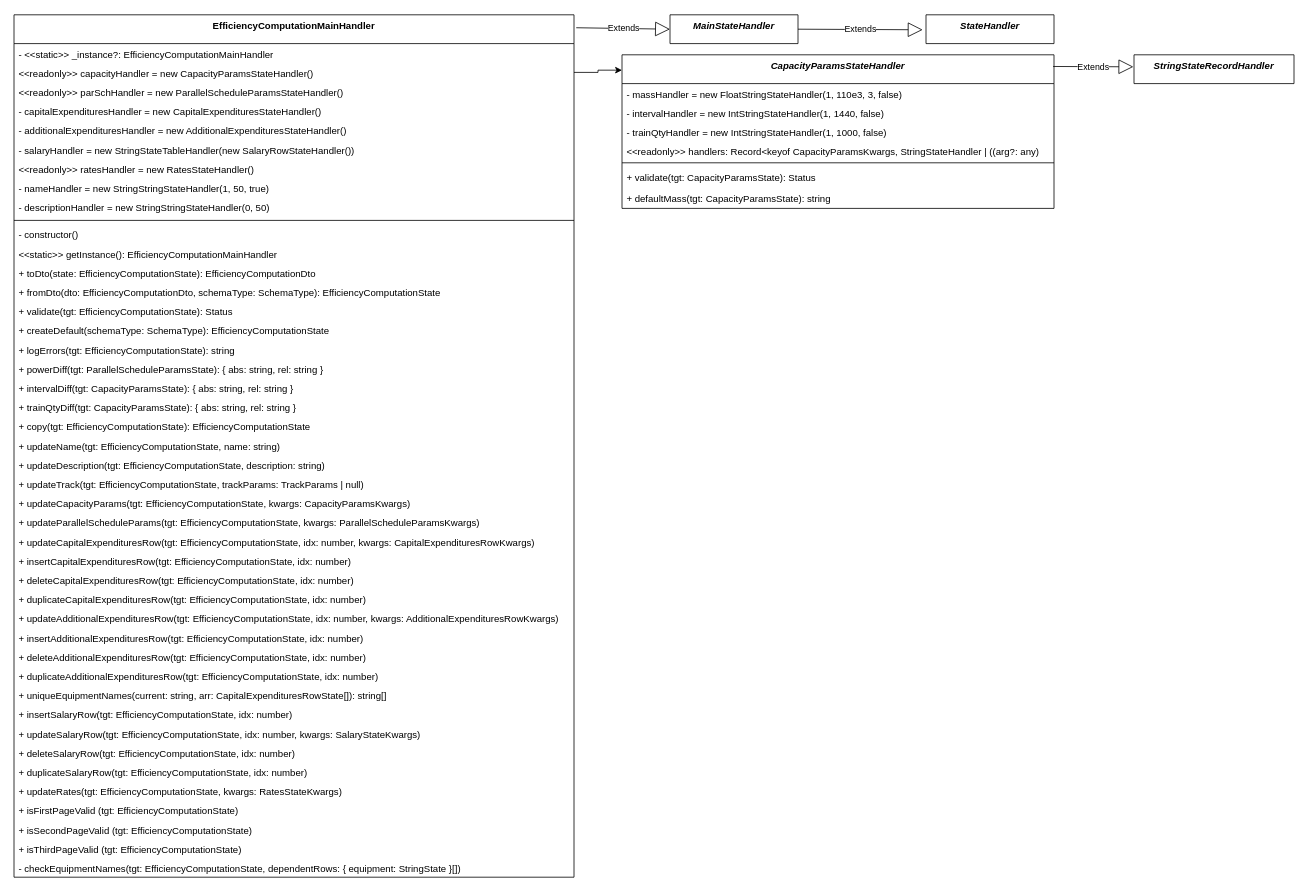
The draw.io diagram page "Экономика" (2 of 2) of Модель.drawio in orlov-oleg-developer/asuter-UML, before the edit. Source tidied: cells renumbered, new cells numbered last; positions are measured from the earlier drawing's top-left corner, leaving out a move shared by most shapes. Both pictures are drawn from the tidied source at 80%, with x=0, y=0 at pixel (14, 14).
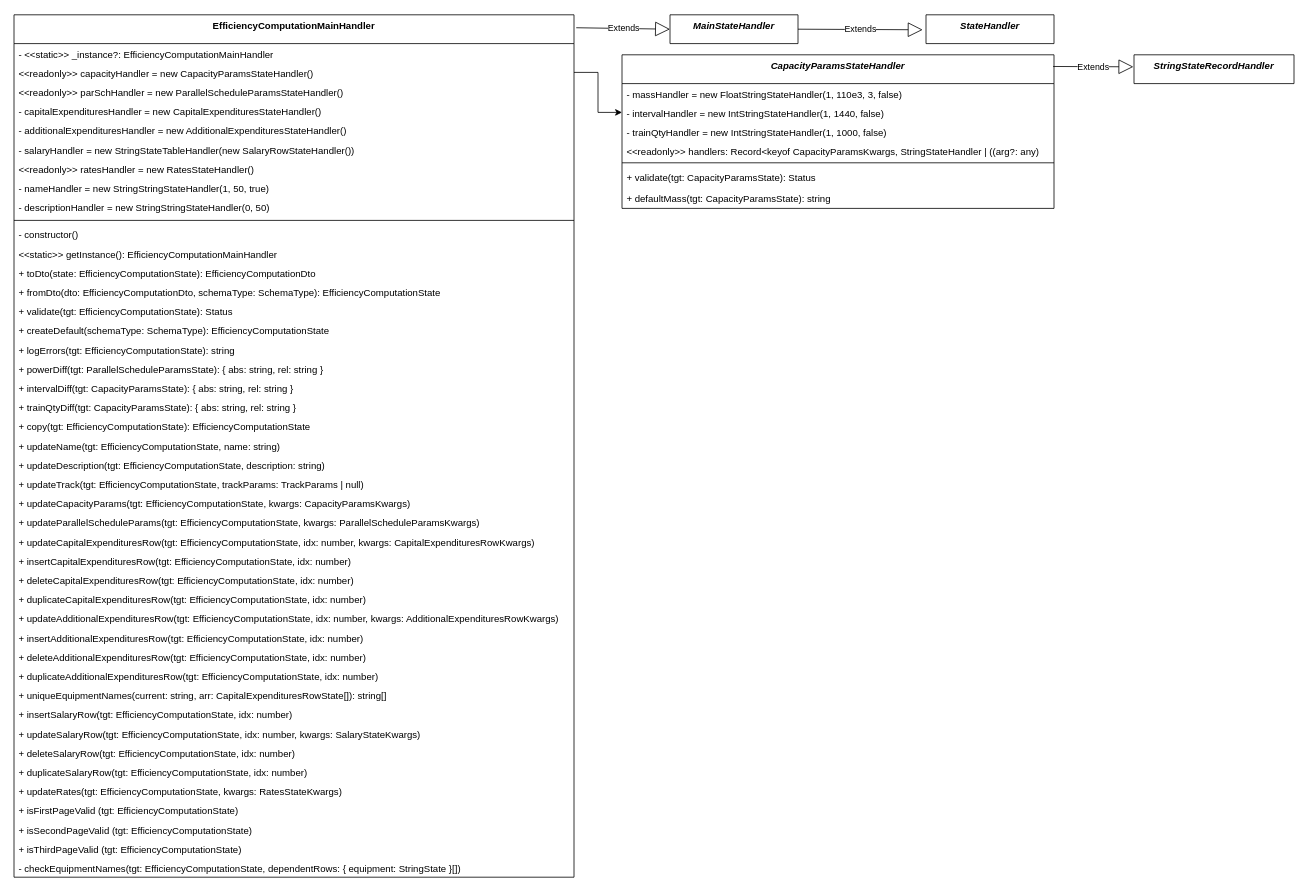
The same page after the edit.

Unchanged cells that the change refers to:
```xml
<mxCell id="5" value="&lt;&lt;readonly&gt;&gt; capacityHandler = new CapacityParamsStateHandler()" style="text;align=left;verticalAlign=top;spacingLeft=4;spacingRight=4;overflow=hidden;points=[[0,0.5],[1,0.5]];portConstraint=eastwest;" parent="3" vertex="1">
  <mxGeometry y="60" width="700" height="24" as="geometry" />
</mxCell>
<mxCell id="51" value="CapacityParamsStateHandler" style="swimlane;fontStyle=3;align=center;verticalAlign=top;horizontal=1;startSize=36;rounded=0;shadow=0;strokeWidth=1;" parent="1" vertex="1">
  <mxGeometry x="760" y="50" width="540" height="192" as="geometry" />
</mxCell>
<mxCell id="53" value="- intervalHandler = new IntStringStateHandler(1, 1440, false)" style="text;align=left;verticalAlign=top;spacingLeft=4;spacingRight=4;overflow=hidden;points=[[0,0.5],[1,0.5]];portConstraint=eastwest;" parent="51" vertex="1">
  <mxGeometry y="60" width="540" height="24" as="geometry" />
</mxCell>
```

Diff of the diagram source:
```diff
@@
-    <mxCell id="59" style="edgeStyle=orthogonalEdgeStyle;rounded=0;jettySize=auto;html=1;entryX=0;entryY=0.1;entryDx=0;entryDy=0;entryPerimeter=0;" parent="1" edge="1" source="5" target="51">
-      <mxGeometry relative="1" as="geometry" />
-    </mxCell>
@@
+    <mxCell id="62" style="edgeStyle=orthogonalEdgeStyle;rounded=0;jettySize=auto;html=1;" parent="1" edge="1" source="5" target="53">
+      <mxGeometry relative="1" as="geometry" />
+    </mxCell>
```
